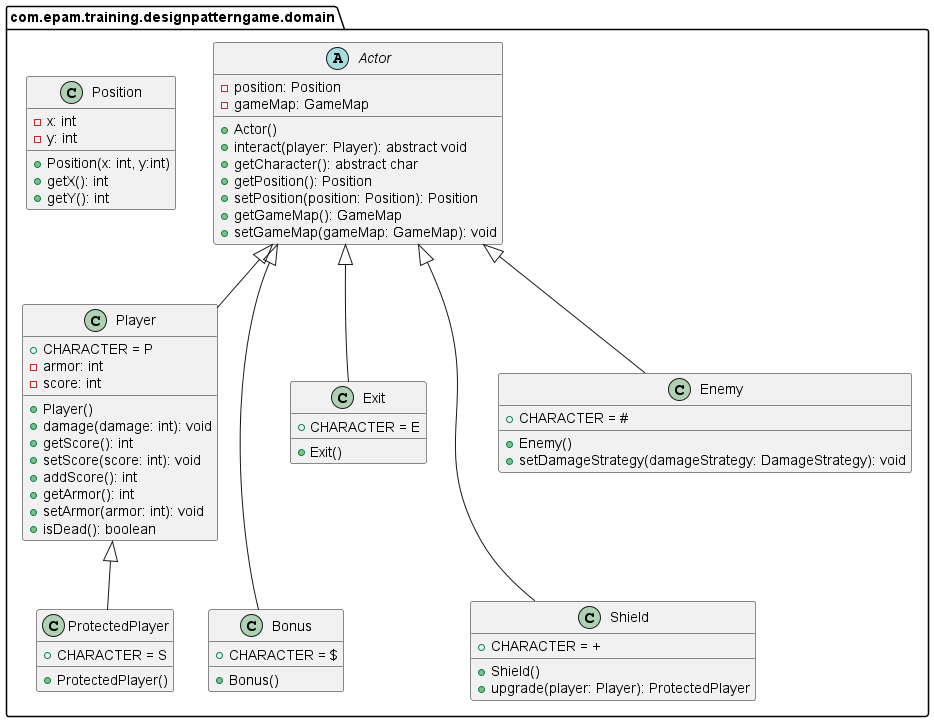
Above: design-patterns-board-game/Game Diagram Domain.png in epam-mep-java/exercise-specification-images (PlantUML), before the change.
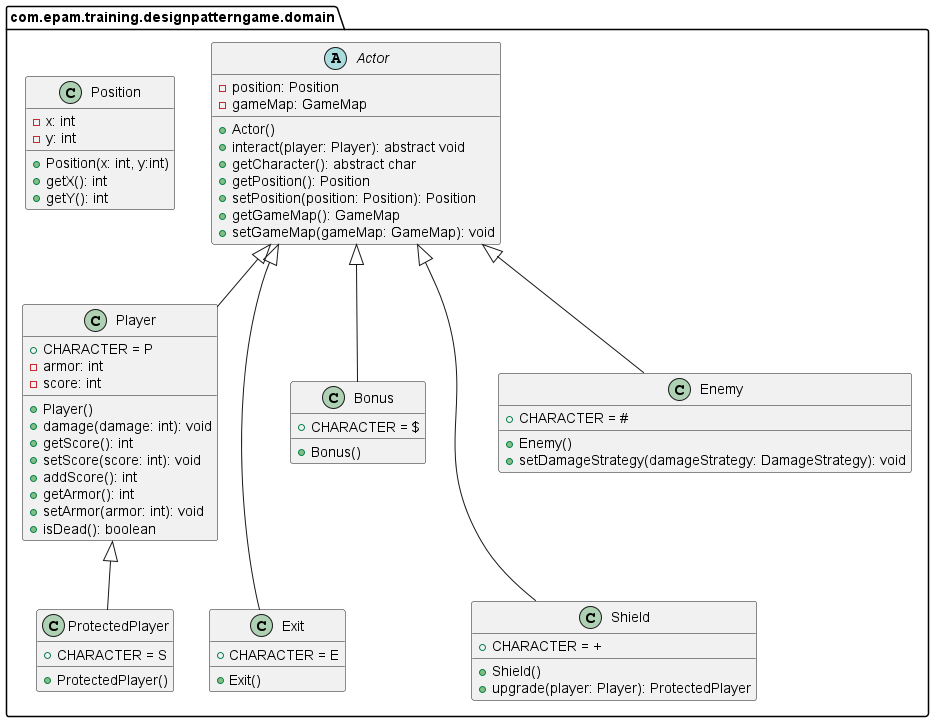
After the change.

Commit message:
Design Pattern Game Domain image update

The edit, as a diff of the source:
```diff
@@ -75,9 +75,8 @@
 }
 }
 
-Bonus -left[hidden]-> Actor
-Exit -right[hidden]-> Actor
-Exit -left[hidden]-> Player
-Exit -down[hidden]-> Bonus
+Exit -left[hidden]-> Actor
+Bonus -left[hidden]-> Player
+Bonus -down[hidden]-> Exit
 Enemy -[hidden]down-> Shield
 @enduml
```
